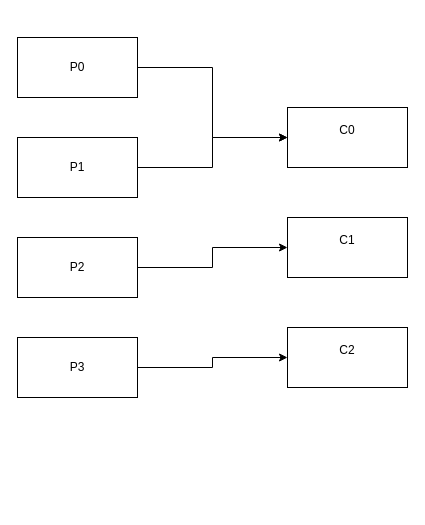
hlcgithub/draw keeps this draw.io diagram as 草稿.drawio. Above is the earlier version. Source tidied: cells renumbered, new cells numbered last; positions are measured from the earlier drawing's top-left corner, leaving out a move shared by most shapes. Both pictures are drawn from the tidied source at 100%, with x=0, y=0 at pixel (17, 37).
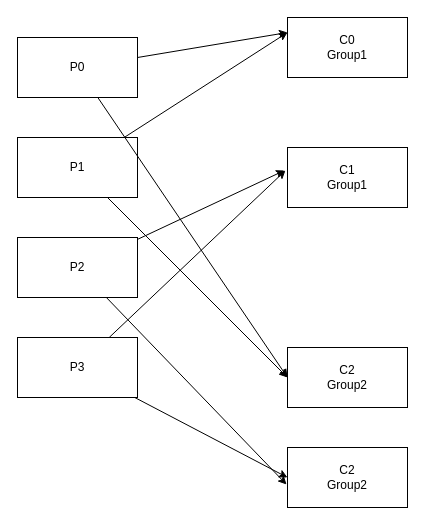
Above is the later version.

The edit, as a diff of the source:
```diff
@@
 <mxGraphModel>
   <root>
     <mxCell id="0" />
     <mxCell id="1" parent="0" />
-    <mxCell id="2" style="edgeStyle=orthogonalEdgeStyle;rounded=0;jettySize=auto;html=1;entryX=0;entryY=0.5;entryDx=0;entryDy=0;" parent="1" edge="1" source="3" target="10">
+    <mxCell id="2" style="rounded=0;jettySize=auto;html=1;entryX=0;entryY=0.25;entryDx=0;entryDy=0;" parent="1" edge="1" source="3" target="10">
       <mxGeometry relative="1" as="geometry" />
     </mxCell>
+    <mxCell id="13" style="rounded=0;jettySize=auto;html=1;entryX=0;entryY=0.5;entryDx=0;entryDy=0;" parent="1" edge="1" source="3" target="12">
+      <mxGeometry relative="1" as="geometry" />
+    </mxCell>
     <mxCell id="3" value="P1" style="rounded=0;whiteSpace=wrap;html=1;" parent="1" vertex="1">
       <mxGeometry y="100" width="120" height="60" as="geometry" />
     </mxCell>
-    <mxCell id="4" style="edgeStyle=orthogonalEdgeStyle;rounded=0;jettySize=auto;html=1;entryX=0;entryY=0.5;entryDx=0;entryDy=0;" parent="1" edge="1" source="5" target="11">
-      <mxGeometry relative="1" as="geometry" />
-    </mxCell>
     <mxCell id="5" value="P2" style="rounded=0;whiteSpace=wrap;html=1;" parent="1" vertex="1">
       <mxGeometry y="200" width="120" height="60" as="geometry" />
     </mxCell>
-    <mxCell id="6" style="edgeStyle=orthogonalEdgeStyle;rounded=0;jettySize=auto;html=1;entryX=0;entryY=0.5;entryDx=0;entryDy=0;" parent="1" edge="1" source="7" target="10">
+    <mxCell id="6" style="rounded=0;jettySize=auto;html=1;entryX=0;entryY=0.25;entryDx=0;entryDy=0;" parent="1" edge="1" source="7" target="10">
       <mxGeometry relative="1" as="geometry" />
     </mxCell>
+    <mxCell id="14" style="rounded=0;jettySize=auto;html=1;entryX=0;entryY=0.5;entryDx=0;entryDy=0;" parent="1" edge="1" source="7" target="12">
+      <mxGeometry relative="1" as="geometry" />
+    </mxCell>
     <mxCell id="7" value="P0" style="rounded=0;whiteSpace=wrap;html=1;" parent="1" vertex="1">
       <mxGeometry width="120" height="60" as="geometry" />
     </mxCell>
-    <mxCell id="8" style="edgeStyle=orthogonalEdgeStyle;rounded=0;jettySize=auto;html=1;entryX=0;entryY=0.5;entryDx=0;entryDy=0;" parent="1" edge="1" source="9" target="12">
-      <mxGeometry relative="1" as="geometry" />
-    </mxCell>
+    <mxCell id="15" style="rounded=0;jettySize=auto;html=1;entryX=-0.017;entryY=0.383;entryDx=0;entryDy=0;entryPerimeter=0;" parent="1" edge="1" source="9" target="11">
+      <mxGeometry relative="1" as="geometry" />
+    </mxCell>
+    <mxCell id="16" style="rounded=0;jettySize=auto;html=1;entryX=0;entryY=0.5;entryDx=0;entryDy=0;" parent="1" edge="1" source="9" target="17">
+      <mxGeometry relative="1" as="geometry" />
+    </mxCell>
     <mxCell id="9" value="P3" style="rounded=0;whiteSpace=wrap;html=1;" parent="1" vertex="1">
       <mxGeometry y="300" width="120" height="60" as="geometry" />
     </mxCell>
-    <mxCell id="10" value="C0&lt;div&gt;&lt;br&gt;&lt;/div&gt;" style="rounded=0;whiteSpace=wrap;html=1;" parent="1" vertex="1">
-      <mxGeometry x="270" y="70" width="120" height="60" as="geometry" />
+    <mxCell id="10" value="C0&lt;div&gt;Group1&lt;/div&gt;" style="rounded=0;whiteSpace=wrap;html=1;" parent="1" vertex="1">
+      <mxGeometry x="270" y="-20" width="120" height="60" as="geometry" />
     </mxCell>
-    <mxCell id="11" value="C1&lt;div&gt;&lt;br&gt;&lt;/div&gt;" style="rounded=0;whiteSpace=wrap;html=1;" parent="1" vertex="1">
-      <mxGeometry x="270" y="180" width="120" height="60" as="geometry" />
+    <mxCell id="11" value="C1&lt;div&gt;Group1&lt;/div&gt;" style="rounded=0;whiteSpace=wrap;html=1;" parent="1" vertex="1">
+      <mxGeometry x="270" y="110" width="120" height="60" as="geometry" />
     </mxCell>
-    <mxCell id="12" value="C2&lt;div&gt;&lt;br&gt;&lt;/div&gt;" style="rounded=0;whiteSpace=wrap;html=1;" parent="1" vertex="1">
-      <mxGeometry x="270" y="290" width="120" height="60" as="geometry" />
+    <mxCell id="12" value="C2&lt;div&gt;Group2&lt;/div&gt;" style="rounded=0;whiteSpace=wrap;html=1;" parent="1" vertex="1">
+      <mxGeometry x="270" y="310" width="120" height="60" as="geometry" />
     </mxCell>
+    <mxCell id="17" value="C2&lt;div&gt;Group2&lt;/div&gt;" style="rounded=0;whiteSpace=wrap;html=1;" parent="1" vertex="1">
+      <mxGeometry x="270" y="410" width="120" height="60" as="geometry" />
+    </mxCell>
+    <mxCell id="4" style="rounded=0;jettySize=auto;html=1;entryX=-0.025;entryY=0.383;entryDx=0;entryDy=0;entryPerimeter=0;" parent="1" edge="1" source="5" target="11">
+      <mxGeometry relative="1" as="geometry" />
+    </mxCell>
+    <mxCell id="18" style="rounded=0;jettySize=auto;html=1;entryX=-0.008;entryY=0.617;entryDx=0;entryDy=0;entryPerimeter=0;" parent="1" edge="1" source="5" target="17">
+      <mxGeometry relative="1" as="geometry" />
+    </mxCell>
   </root>
 </mxGraphModel>
```
